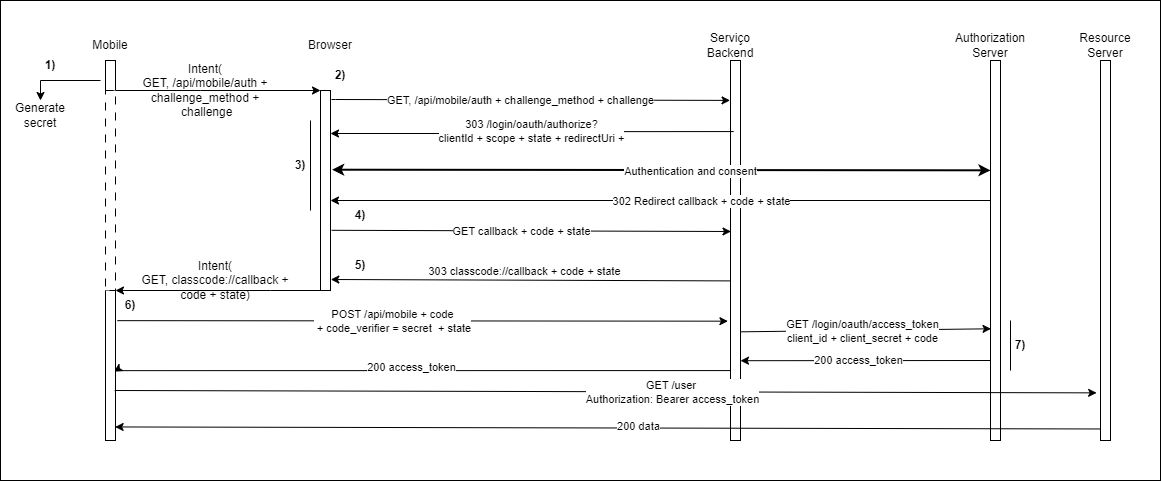
This is docs/img/github-oauth-mobile-scheme.png from i-on-project/repohouse, a draw.io export, as it was before one commit. Source tidied: cells renumbered, new cells last; positions are measured from the earlier drawing's top-left corner, leaving out a move shared by most shapes.
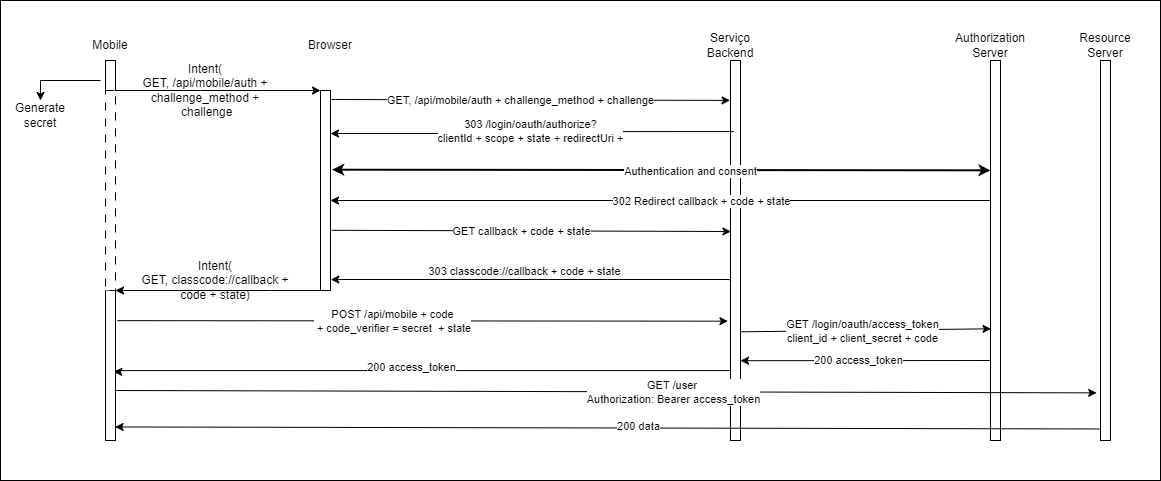
After the commit.

Commit message:
mobile oauth image fix

What changed in the source:
```diff
@@ -195,38 +195,5 @@
     <mxCell id="43" value="Generate secret" style="text;html=1;strokeColor=none;fillColor=none;align=center;verticalAlign=middle;whiteSpace=wrap;rounded=0;" parent="1" vertex="1">
       <mxGeometry x="10" y="100" width="60" height="30" as="geometry" />
     </mxCell>
-    <mxCell id="44" value="&lt;b&gt;2)&lt;/b&gt;" style="text;html=1;strokeColor=none;fillColor=none;align=center;verticalAlign=middle;whiteSpace=wrap;rounded=0;" parent="1" vertex="1">
-      <mxGeometry x="310" y="60" width="60" height="30" as="geometry" />
-    </mxCell>
-    <mxCell id="45" value="&lt;b&gt;3)&lt;/b&gt;" style="text;html=1;strokeColor=none;fillColor=none;align=center;verticalAlign=middle;whiteSpace=wrap;rounded=0;" parent="1" vertex="1">
-      <mxGeometry x="270" y="150" width="60" height="30" as="geometry" />
-    </mxCell>
-    <mxCell id="46" style="endArrow=none;html=1;rounded=0;" parent="1" edge="1">
-      <mxGeometry relative="1" as="geometry">
-        <mxPoint x="310" y="210" as="sourcePoint" />
-        <mxPoint x="310" y="120" as="targetPoint" />
-      </mxGeometry>
-    </mxCell>
-    <mxCell id="47" value="&lt;b&gt;4)&lt;/b&gt;" style="text;html=1;strokeColor=none;fillColor=none;align=center;verticalAlign=middle;whiteSpace=wrap;rounded=0;" parent="1" vertex="1">
-      <mxGeometry x="330" y="200" width="60" height="30" as="geometry" />
-    </mxCell>
-    <mxCell id="48" value="&lt;b&gt;5)&lt;/b&gt;" style="text;html=1;strokeColor=none;fillColor=none;align=center;verticalAlign=middle;whiteSpace=wrap;rounded=0;" parent="1" vertex="1">
-      <mxGeometry x="330" y="250" width="60" height="30" as="geometry" />
-    </mxCell>
-    <mxCell id="49" value="&lt;b&gt;6)&lt;/b&gt;" style="text;html=1;strokeColor=none;fillColor=none;align=center;verticalAlign=middle;whiteSpace=wrap;rounded=0;" parent="1" vertex="1">
-      <mxGeometry x="100" y="290" width="60" height="30" as="geometry" />
-    </mxCell>
-    <mxCell id="50" value="&lt;b&gt;7)&lt;/b&gt;" style="text;html=1;strokeColor=none;fillColor=none;align=center;verticalAlign=middle;whiteSpace=wrap;rounded=0;" parent="1" vertex="1">
-      <mxGeometry x="990" y="330" width="60" height="30" as="geometry" />
-    </mxCell>
-    <mxCell id="51" style="endArrow=none;html=1;rounded=0;entryX=1;entryY=0;entryDx=0;entryDy=0;" parent="1" edge="1">
-      <mxGeometry relative="1" as="geometry">
-        <mxPoint x="1010" y="370" as="sourcePoint" />
-        <mxPoint x="1010" y="320" as="targetPoint" />
-      </mxGeometry>
-    </mxCell>
-    <mxCell id="52" value="&lt;b&gt;1)&lt;/b&gt;" style="text;html=1;strokeColor=none;fillColor=none;align=center;verticalAlign=middle;whiteSpace=wrap;rounded=0;" parent="1" vertex="1">
-      <mxGeometry x="20" y="50" width="60" height="30" as="geometry" />
-    </mxCell>
   </root>
 </mxGraphModel>
```
